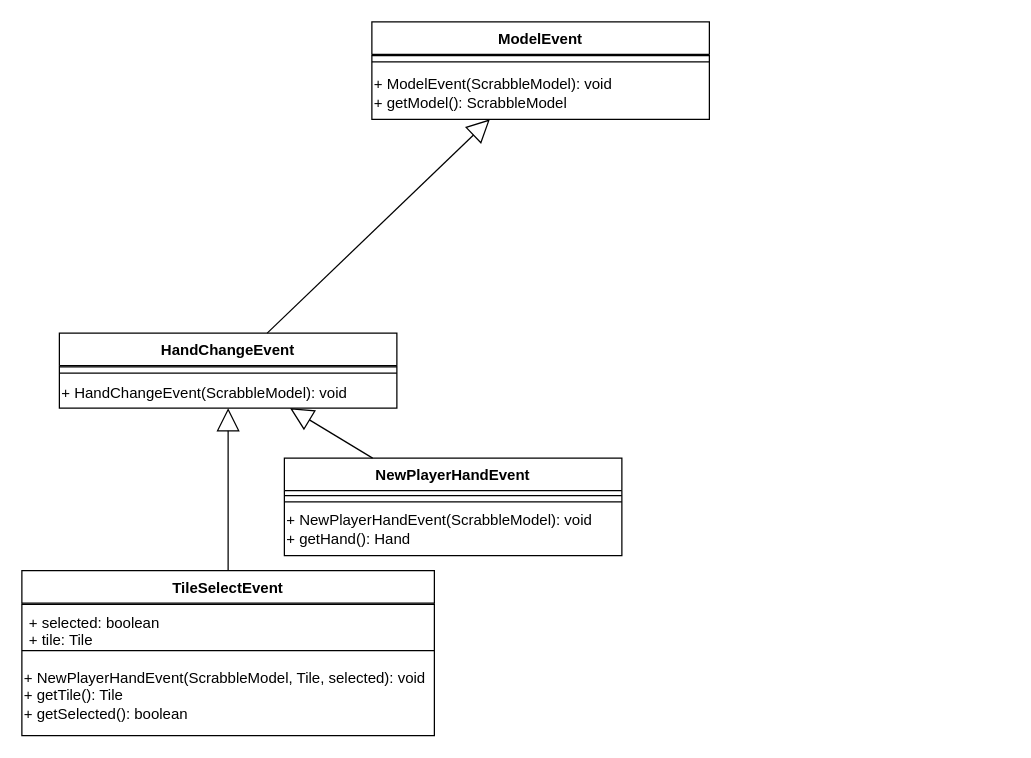
trk20/Scuffle keeps this draw.io diagram as page "Model Events" (2 of 3) of UML/M2/ScrabbleEventTree.drawio. Above is the earlier version. Source tidied: cells renumbered, new cells numbered last; positions are measured from the earlier drawing's top-left corner, leaving out a move shared by most shapes. Both pictures are drawn from the tidied source at 125%, with x=0, y=0 at pixel (21, 21).
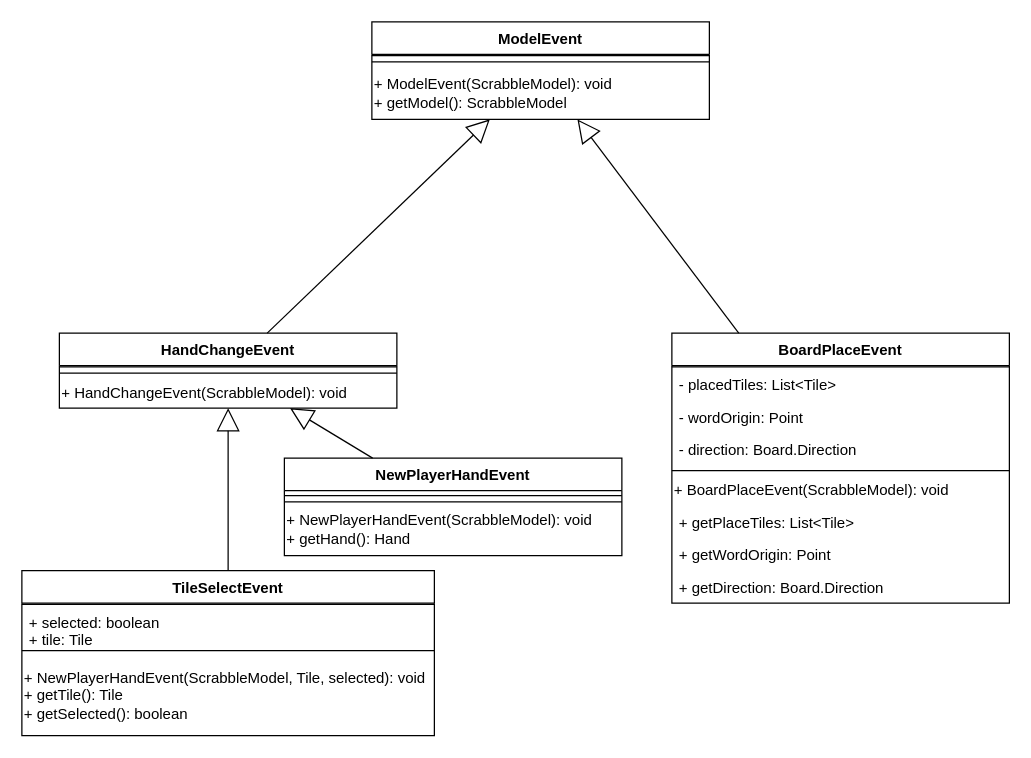
The same page after the edit.

The change refers to these unchanged cells:
```xml
<mxCell id="2" value="ModelEvent" style="swimlane;fontStyle=1;align=center;verticalAlign=top;horizontal=1;startSize=26;" parent="1" vertex="1">
  <mxGeometry x="280" width="270" height="78" as="geometry" />
</mxCell>
```

Change to the diagram source:
```diff
@@
+    <mxCell id="22" value="BoardPlaceEvent" style="swimlane;fontStyle=1;align=center;verticalAlign=top;horizontal=1;startSize=26;" parent="1" vertex="1">
+      <mxGeometry x="520" y="249" width="270" height="216" as="geometry" />
+    </mxCell>
+    <mxCell id="23" style="line;strokeWidth=1;fillColor=none;align=left;verticalAlign=middle;spacingTop=-1;spacingLeft=3;spacingRight=3;labelPosition=right;" parent="22" vertex="1">
+      <mxGeometry y="26" width="270" height="2" as="geometry" />
+    </mxCell>
+    <mxCell id="24" value="- placedTiles: List&lt;Tile&gt;&#10;" style="text;strokeColor=none;fillColor=none;align=left;verticalAlign=top;spacingLeft=4;spacingRight=4;overflow=hidden;" parent="22" vertex="1">
+      <mxGeometry y="28" width="270" height="26" as="geometry" />
+    </mxCell>
+    <mxCell id="25" value="- wordOrigin: Point" style="text;strokeColor=none;fillColor=none;align=left;verticalAlign=top;spacingLeft=4;spacingRight=4;overflow=hidden;" parent="22" vertex="1">
+      <mxGeometry y="54" width="270" height="26" as="geometry" />
+    </mxCell>
+    <mxCell id="26" value="- direction: Board.Direction" style="text;strokeColor=none;fillColor=none;align=left;verticalAlign=top;spacingLeft=4;spacingRight=4;overflow=hidden;" parent="22" vertex="1">
+      <mxGeometry y="80" width="270" height="26" as="geometry" />
+    </mxCell>
+    <mxCell id="27" style="line;strokeWidth=1;fillColor=none;align=left;verticalAlign=middle;spacingTop=-1;spacingLeft=3;spacingRight=3;labelPosition=right;" parent="22" vertex="1">
+      <mxGeometry y="106" width="270" height="8" as="geometry" />
+    </mxCell>
+    <mxCell id="28" value="&lt;span&gt;+ BoardPlaceEvent(ScrabbleModel): void&lt;br&gt;&lt;/span&gt;" style="text;html=1;strokeColor=none;fillColor=none;align=left;verticalAlign=middle;whiteSpace=wrap;rounded=0;" parent="22" vertex="1">
+      <mxGeometry y="114" width="270" height="24" as="geometry" />
+    </mxCell>
+    <mxCell id="29" value="+ getPlaceTiles: List&lt;Tile&gt;&#10;" style="text;strokeColor=none;fillColor=none;align=left;verticalAlign=top;spacingLeft=4;spacingRight=4;overflow=hidden;" parent="22" vertex="1">
+      <mxGeometry y="138" width="270" height="26" as="geometry" />
+    </mxCell>
+    <mxCell id="30" value="+ getWordOrigin: Point" style="text;strokeColor=none;fillColor=none;align=left;verticalAlign=top;spacingLeft=4;spacingRight=4;overflow=hidden;" parent="22" vertex="1">
+      <mxGeometry y="164" width="270" height="26" as="geometry" />
+    </mxCell>
+    <mxCell id="31" value="+ getDirection: Board.Direction" style="text;strokeColor=none;fillColor=none;align=left;verticalAlign=top;spacingLeft=4;spacingRight=4;overflow=hidden;" parent="22" vertex="1">
+      <mxGeometry y="190" width="270" height="26" as="geometry" />
+    </mxCell>
+    <mxCell id="32" style="endArrow=block;endSize=16;endFill=0;html=1;rounded=0;" parent="1" edge="1" source="22" target="2">
+      <mxGeometry relative="1" as="geometry" />
+    </mxCell>
```
